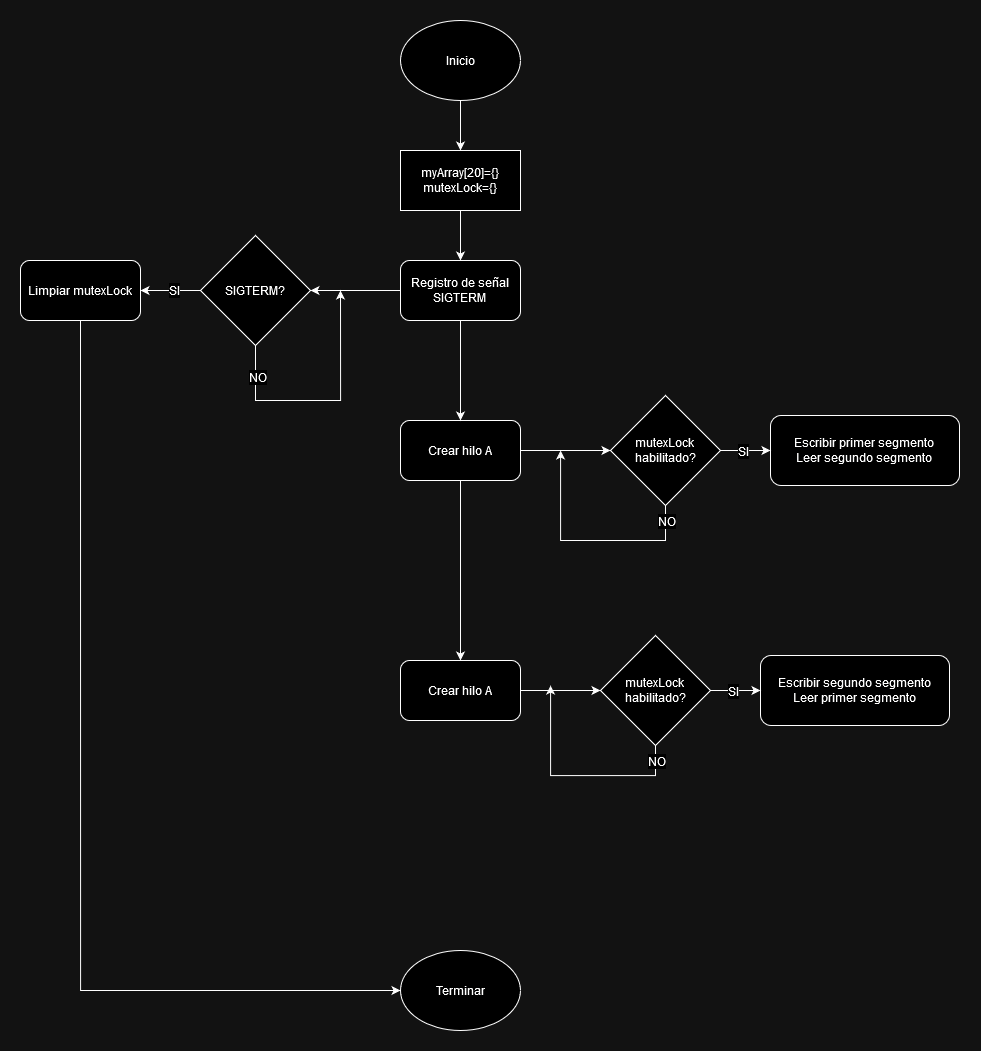
The draw.io diagram SOyR/practica_3/problema_6/diagFlujoTP3.png in TomiVidal99/facu3, before a commit. Source tidied: cells renumbered, new cells last; positions are measured from the earlier drawing's top-left corner, leaving out a move shared by most shapes.
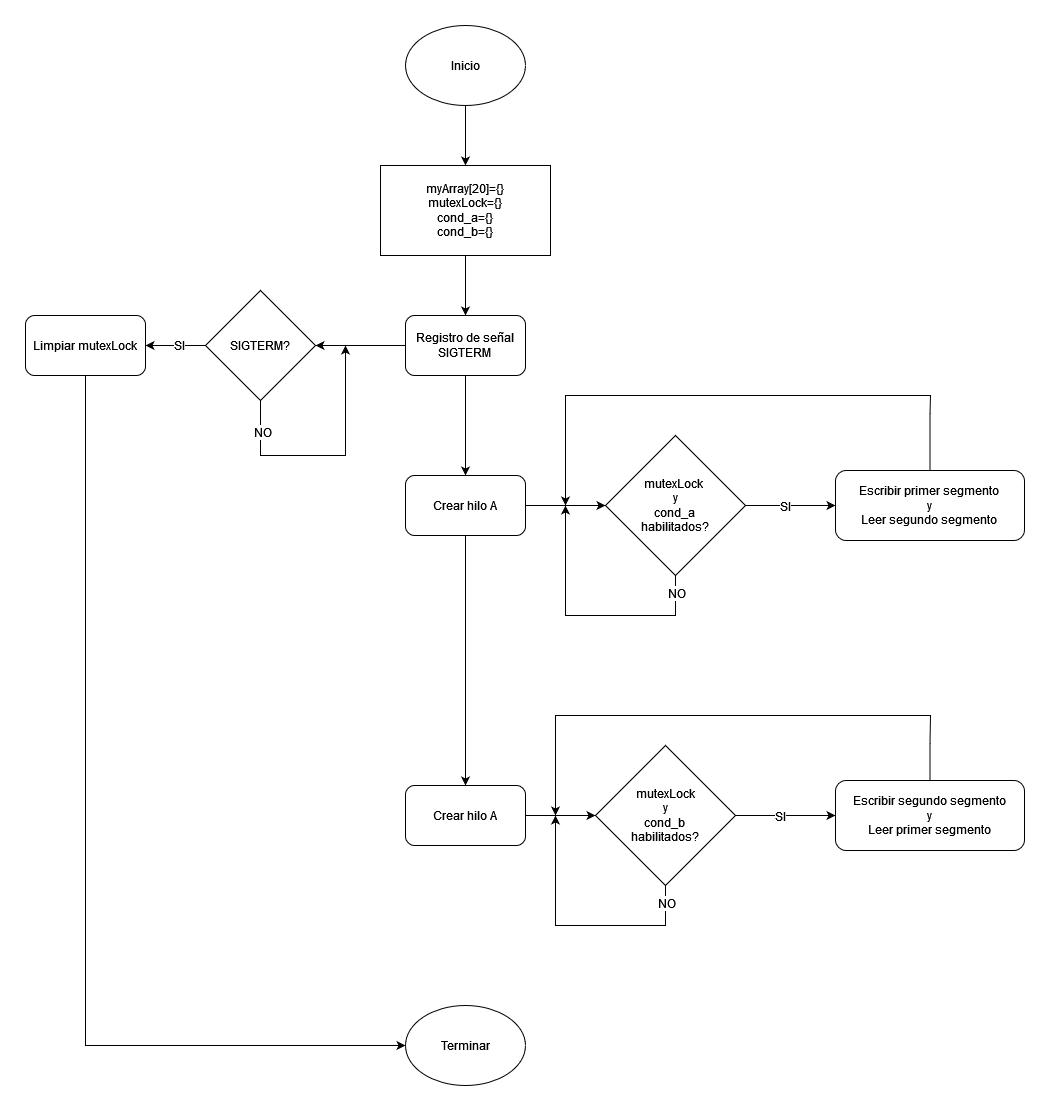
After the change.

Commit message:
feat: agregué link del repo y ajusté los colores del diagrama

Diff of the diagram source:
```diff
@@ -2,36 +2,46 @@
   <root>
     <mxCell id="0" />
     <mxCell id="1" parent="0" />
-    <mxCell id="2" style="edgeStyle=orthogonalEdgeStyle;rounded=0;jettySize=auto;html=1;fontSize=12;labelBorderColor=none;" parent="1" edge="1" source="3" target="5">
-      <mxGeometry relative="1" as="geometry" />
-    </mxCell>
+    <mxCell id="34" style="edgeStyle=orthogonalEdgeStyle;rounded=0;jettySize=auto;html=1;fontSize=12;labelBorderColor=none;" parent="1" edge="1" source="3" target="36">
+      <mxGeometry relative="1" as="geometry" />
+    </mxCell>
     <mxCell id="3" value="&lt;div style=&quot;font-size: 12px;&quot;&gt;Inicio&lt;/div&gt;" style="ellipse;whiteSpace=wrap;html=1;fontSize=12;labelBorderColor=none;" parent="1" vertex="1">
-      <mxGeometry x="380" width="120" height="80" as="geometry" />
+      <mxGeometry x="380" y="-50" width="120" height="80" as="geometry" />
     </mxCell>
-    <mxCell id="4" style="edgeStyle=orthogonalEdgeStyle;rounded=0;jettySize=auto;html=1;fontSize=12;labelBorderColor=none;" parent="1" edge="1" source="5" target="14">
-      <mxGeometry relative="1" as="geometry" />
-    </mxCell>
-    <mxCell id="5" value="&lt;div style=&quot;font-size: 12px;&quot;&gt;myArray[20]={}&lt;/div&gt;mutexLock={}" style="rounded=0;whiteSpace=wrap;html=1;fontSize=12;labelBorderColor=none;" parent="1" vertex="1">
-      <mxGeometry x="380" y="130" width="120" height="60" as="geometry" />
-    </mxCell>
+    <mxCell id="35" style="edgeStyle=orthogonalEdgeStyle;rounded=0;jettySize=auto;html=1;fontSize=12;labelBorderColor=none;" parent="1" edge="1" source="36" target="14">
+      <mxGeometry relative="1" as="geometry" />
+    </mxCell>
+    <mxCell id="36" value="&lt;div style=&quot;font-size: 12px;&quot;&gt;myArray[20]={}&lt;/div&gt;&lt;div&gt;mutexLock={}&lt;/div&gt;&lt;div&gt;cond_a={}&lt;/div&gt;&lt;div&gt;cond_b={}&lt;/div&gt;" style="rounded=0;whiteSpace=wrap;html=1;fontSize=12;labelBorderColor=none;" parent="1" vertex="1">
+      <mxGeometry x="355" y="90" width="170" height="90" as="geometry" />
+    </mxCell>
     <mxCell id="6" style="edgeStyle=orthogonalEdgeStyle;rounded=0;jettySize=auto;html=1;fontSize=12;labelBorderColor=none;" parent="1" edge="1" source="8" target="10">
       <mxGeometry relative="1" as="geometry" />
     </mxCell>
-    <mxCell id="7" style="edgeStyle=orthogonalEdgeStyle;rounded=0;jettySize=auto;html=1;fontSize=12;labelBorderColor=none;" parent="1" edge="1" source="8" target="26">
-      <mxGeometry relative="1" as="geometry" />
-    </mxCell>
+    <mxCell id="37" style="edgeStyle=orthogonalEdgeStyle;rounded=0;jettySize=auto;html=1;fontSize=12;labelBorderColor=none;" parent="1" edge="1" source="8" target="48">
+      <mxGeometry relative="1" as="geometry" />
+    </mxCell>
     <mxCell id="8" value="&lt;div style=&quot;font-size: 12px;&quot;&gt;Crear hilo A&lt;/div&gt;" style="rounded=1;whiteSpace=wrap;html=1;fontSize=12;labelBorderColor=none;" parent="1" vertex="1">
       <mxGeometry x="380" y="400" width="120" height="60" as="geometry" />
     </mxCell>
-    <mxCell id="9" style="edgeStyle=orthogonalEdgeStyle;rounded=0;jettySize=auto;html=1;fontSize=12;labelBorderColor=none;" parent="1" edge="1" source="10" target="32">
-      <mxGeometry relative="1" as="geometry" />
-    </mxCell>
+    <mxCell id="38" style="edgeStyle=orthogonalEdgeStyle;rounded=0;jettySize=auto;html=1;" parent="1" edge="1" source="10" target="55">
+      <mxGeometry relative="1" as="geometry" />
+    </mxCell>
     <mxCell id="10" value="&lt;div style=&quot;font-size: 12px;&quot;&gt;Crear hilo A&lt;/div&gt;" style="rounded=1;whiteSpace=wrap;html=1;fontSize=12;labelBorderColor=none;" parent="1" vertex="1">
-      <mxGeometry x="380" y="640" width="120" height="60" as="geometry" />
+      <mxGeometry x="380" y="710" width="120" height="60" as="geometry" />
     </mxCell>
-    <mxCell id="11" value="Escribir primer segmento&lt;br style=&quot;font-size: 12px;&quot;&gt;Leer segundo segmento" style="rounded=1;whiteSpace=wrap;html=1;fontSize=12;labelBorderColor=none;" parent="1" vertex="1">
-      <mxGeometry x="750" y="395" width="189" height="70" as="geometry" />
-    </mxCell>
+    <mxCell id="39" style="edgeStyle=orthogonalEdgeStyle;rounded=0;jettySize=auto;html=1;" parent="1" edge="1" source="40">
+      <mxGeometry relative="1" as="geometry">
+        <mxPoint x="540" y="430" as="targetPoint" />
+        <Array as="points">
+          <mxPoint x="904" y="338" />
+          <mxPoint x="905" y="320" />
+          <mxPoint x="540" y="320" />
+        </Array>
+      </mxGeometry>
+    </mxCell>
+    <mxCell id="40" value="Escribir primer segmento&lt;br&gt;y&lt;br style=&quot;font-size: 12px;&quot;&gt;Leer segundo segmento" style="rounded=1;whiteSpace=wrap;html=1;fontSize=12;labelBorderColor=none;" parent="1" vertex="1">
+      <mxGeometry x="810" y="395" width="189" height="70" as="geometry" />
+    </mxCell>
     <mxCell id="12" style="edgeStyle=orthogonalEdgeStyle;rounded=0;jettySize=auto;html=1;fontSize=12;labelBorderColor=none;" parent="1" edge="1" source="14" target="19">
       <mxGeometry relative="1" as="geometry" />
     </mxCell>
@@ -44,21 +54,21 @@
     <mxCell id="15" style="edgeStyle=orthogonalEdgeStyle;rounded=0;jettySize=auto;html=1;fontSize=12;labelBorderColor=none;" parent="1" edge="1" source="19" target="20">
       <mxGeometry relative="1" as="geometry" />
     </mxCell>
-    <mxCell id="16" value="SI" style="edgeLabel;html=1;align=center;verticalAlign=middle;fontSize=12;labelBorderColor=none;" parent="15" vertex="1">
-      <mxGeometry x="-0.09" y="-1" relative="1" as="geometry" />
-    </mxCell>
-    <mxCell id="17" style="edgeStyle=orthogonalEdgeStyle;rounded=0;jettySize=auto;html=1;fontSize=12;labelBorderColor=none;" parent="1" edge="1" source="19">
-      <mxGeometry relative="1" as="geometry">
-        <mxPoint x="320" y="270" as="targetPoint" />
-        <Array as="points">
-          <mxPoint x="235" y="380" />
-          <mxPoint x="320" y="380" />
-        </Array>
-      </mxGeometry>
-    </mxCell>
-    <mxCell id="18" value="NO" style="edgeLabel;html=1;align=center;verticalAlign=middle;fontSize=12;labelBorderColor=none;" parent="17" vertex="1">
-      <mxGeometry x="-0.75" y="1" relative="1" as="geometry" />
-    </mxCell>
+    <mxCell id="41" value="SI" style="edgeLabel;html=1;align=center;verticalAlign=middle;fontSize=12;labelBorderColor=none;" parent="15" vertex="1">
+      <mxGeometry x="-0.09" y="-1" relative="1" as="geometry" />
+    </mxCell>
+    <mxCell id="42" style="edgeStyle=orthogonalEdgeStyle;rounded=0;jettySize=auto;html=1;fontSize=12;labelBorderColor=none;" parent="1" edge="1" source="19">
+      <mxGeometry relative="1" as="geometry">
+        <mxPoint x="320" y="270" as="targetPoint" />
+        <Array as="points">
+          <mxPoint x="235" y="380" />
+          <mxPoint x="320" y="380" />
+        </Array>
+      </mxGeometry>
+    </mxCell>
+    <mxCell id="43" value="NO" style="edgeLabel;html=1;align=center;verticalAlign=middle;fontSize=12;labelBorderColor=none;" parent="42" vertex="1">
+      <mxGeometry x="-0.75" y="1" relative="1" as="geometry" />
+    </mxCell>
     <mxCell id="19" value="SIGTERM?" style="rhombus;whiteSpace=wrap;html=1;fontSize=12;labelBorderColor=none;" parent="1" vertex="1">
       <mxGeometry x="180" y="215" width="110" height="110" as="geometry" />
     </mxCell>
@@ -68,57 +78,29 @@
     <mxCell id="21" value="Terminar" style="ellipse;whiteSpace=wrap;html=1;fontSize=12;labelBorderColor=none;" parent="1" vertex="1">
       <mxGeometry x="380" y="930" width="120" height="80" as="geometry" />
     </mxCell>
-    <mxCell id="22" style="edgeStyle=orthogonalEdgeStyle;rounded=0;jettySize=auto;html=1;fontSize=12;labelBorderColor=none;" parent="1" edge="1" source="26">
-      <mxGeometry relative="1" as="geometry">
-        <mxPoint x="540" y="430" as="targetPoint" />
-        <Array as="points">
-          <mxPoint x="645" y="520" />
-          <mxPoint x="540" y="520" />
-          <mxPoint x="540" y="430" />
-        </Array>
-      </mxGeometry>
-    </mxCell>
-    <mxCell id="23" value="NO" style="edgeLabel;html=1;align=center;verticalAlign=middle;fontSize=12;labelBorderColor=none;" parent="22" vertex="1">
-      <mxGeometry x="-0.9" y="1" relative="1" as="geometry">
-        <mxPoint x="-1" y="4" as="offset" />
-      </mxGeometry>
-    </mxCell>
-    <mxCell id="24" style="edgeStyle=orthogonalEdgeStyle;rounded=0;jettySize=auto;html=1;fontSize=12;labelBorderColor=none;" parent="1" edge="1" source="26" target="11">
-      <mxGeometry relative="1" as="geometry" />
-    </mxCell>
-    <mxCell id="25" value="SI" style="edgeLabel;html=1;align=center;verticalAlign=middle;fontSize=12;labelBorderColor=none;" parent="24" vertex="1">
-      <mxGeometry x="-0.13" relative="1" as="geometry" />
-    </mxCell>
-    <mxCell id="26" value="mutexLock&lt;br style=&quot;font-size: 12px;&quot;&gt;habilitado?" style="rhombus;whiteSpace=wrap;html=1;fontSize=12;labelBorderColor=none;" parent="1" vertex="1">
-      <mxGeometry x="590" y="375" width="110" height="110" as="geometry" />
-    </mxCell>
-    <mxCell id="27" value="Escribir segundo segmento&lt;br style=&quot;font-size: 12px;&quot;&gt;Leer primer segmento" style="rounded=1;whiteSpace=wrap;html=1;fontSize=12;labelBorderColor=none;" parent="1" vertex="1">
-      <mxGeometry x="740" y="635" width="189" height="70" as="geometry" />
-    </mxCell>
-    <mxCell id="28" style="edgeStyle=orthogonalEdgeStyle;rounded=0;jettySize=auto;html=1;fontSize=12;labelBorderColor=none;" parent="1" edge="1" source="32">
-      <mxGeometry relative="1" as="geometry">
-        <mxPoint x="530" y="665" as="targetPoint" />
-        <Array as="points">
-          <mxPoint x="635" y="755" />
-          <mxPoint x="530" y="755" />
-          <mxPoint x="530" y="665" />
-        </Array>
-      </mxGeometry>
-    </mxCell>
-    <mxCell id="29" value="NO" style="edgeLabel;html=1;align=center;verticalAlign=middle;fontSize=12;labelBorderColor=none;" parent="28" vertex="1">
-      <mxGeometry x="-0.9" y="1" relative="1" as="geometry">
-        <mxPoint x="-1" y="4" as="offset" />
-      </mxGeometry>
-    </mxCell>
-    <mxCell id="30" style="edgeStyle=orthogonalEdgeStyle;rounded=0;jettySize=auto;html=1;fontSize=12;labelBorderColor=none;" parent="1" edge="1" source="32" target="27">
-      <mxGeometry relative="1" as="geometry" />
-    </mxCell>
-    <mxCell id="31" value="SI" style="edgeLabel;html=1;align=center;verticalAlign=middle;fontSize=12;labelBorderColor=none;" parent="30" vertex="1">
-      <mxGeometry x="-0.13" relative="1" as="geometry" />
-    </mxCell>
-    <mxCell id="32" value="mutexLock&lt;br style=&quot;font-size: 12px;&quot;&gt;habilitado?" style="rhombus;whiteSpace=wrap;html=1;fontSize=12;labelBorderColor=none;" parent="1" vertex="1">
-      <mxGeometry x="580" y="615" width="110" height="110" as="geometry" />
-    </mxCell>
+    <mxCell id="44" style="edgeStyle=orthogonalEdgeStyle;rounded=0;jettySize=auto;html=1;fontSize=12;labelBorderColor=none;exitX=0.5;exitY=1;exitDx=0;exitDy=0;" parent="1" edge="1" source="48">
+      <mxGeometry relative="1" as="geometry">
+        <mxPoint x="540" y="430" as="targetPoint" />
+        <Array as="points">
+          <mxPoint x="650" y="540" />
+          <mxPoint x="540" y="540" />
+        </Array>
+      </mxGeometry>
+    </mxCell>
+    <mxCell id="45" value="NO" style="edgeLabel;html=1;align=center;verticalAlign=middle;fontSize=12;labelBorderColor=none;" parent="44" vertex="1">
+      <mxGeometry x="-0.9" y="1" relative="1" as="geometry">
+        <mxPoint x="-1" y="4" as="offset" />
+      </mxGeometry>
+    </mxCell>
+    <mxCell id="46" style="edgeStyle=orthogonalEdgeStyle;rounded=0;jettySize=auto;html=1;fontSize=12;labelBorderColor=none;" parent="1" edge="1" source="48" target="40">
+      <mxGeometry relative="1" as="geometry" />
+    </mxCell>
+    <mxCell id="47" value="SI" style="edgeLabel;html=1;align=center;verticalAlign=middle;fontSize=12;labelBorderColor=none;" parent="46" vertex="1">
+      <mxGeometry x="-0.13" relative="1" as="geometry" />
+    </mxCell>
+    <mxCell id="48" value="&lt;div&gt;mutexLock&amp;nbsp;&lt;/div&gt;&lt;div&gt;y&lt;/div&gt;cond_a&lt;br style=&quot;font-size: 12px;&quot;&gt;habilitados?" style="rhombus;whiteSpace=wrap;html=1;fontSize=12;labelBorderColor=none;" parent="1" vertex="1">
+      <mxGeometry x="580" y="360" width="140" height="140" as="geometry" />
+    </mxCell>
     <mxCell id="33" style="edgeStyle=orthogonalEdgeStyle;rounded=0;jettySize=auto;html=1;fontSize=12;labelBorderColor=none;exitX=0.5;exitY=1;exitDx=0;exitDy=0;" parent="1" edge="1" source="20" target="21">
       <mxGeometry relative="1" as="geometry">
         <Array as="points">
@@ -126,5 +108,41 @@
         </Array>
       </mxGeometry>
     </mxCell>
+    <mxCell id="49" style="edgeStyle=orthogonalEdgeStyle;rounded=0;jettySize=auto;html=1;" parent="1" edge="1" source="50">
+      <mxGeometry relative="1" as="geometry">
+        <mxPoint x="530" y="740" as="targetPoint" />
+        <Array as="points">
+          <mxPoint x="904" y="668" />
+          <mxPoint x="905" y="640" />
+          <mxPoint x="530" y="640" />
+        </Array>
+      </mxGeometry>
+    </mxCell>
+    <mxCell id="50" value="&lt;div&gt;Escribir segundo segmento&lt;/div&gt;y&lt;br&gt;Leer primer segmento" style="rounded=1;whiteSpace=wrap;html=1;fontSize=12;labelBorderColor=none;" parent="1" vertex="1">
+      <mxGeometry x="810" y="705" width="189" height="70" as="geometry" />
+    </mxCell>
+    <mxCell id="51" style="edgeStyle=orthogonalEdgeStyle;rounded=0;jettySize=auto;html=1;fontSize=12;labelBorderColor=none;exitX=0.5;exitY=1;exitDx=0;exitDy=0;" parent="1" edge="1" source="55">
+      <mxGeometry relative="1" as="geometry">
+        <mxPoint x="530" y="740" as="targetPoint" />
+        <Array as="points">
+          <mxPoint x="640" y="850" />
+          <mxPoint x="530" y="850" />
+        </Array>
+      </mxGeometry>
+    </mxCell>
+    <mxCell id="52" value="NO" style="edgeLabel;html=1;align=center;verticalAlign=middle;fontSize=12;labelBorderColor=none;" parent="51" vertex="1">
+      <mxGeometry x="-0.9" y="1" relative="1" as="geometry">
+        <mxPoint x="-1" y="4" as="offset" />
+      </mxGeometry>
+    </mxCell>
+    <mxCell id="53" style="edgeStyle=orthogonalEdgeStyle;rounded=0;jettySize=auto;html=1;fontSize=12;labelBorderColor=none;" parent="1" edge="1" source="55" target="50">
+      <mxGeometry relative="1" as="geometry" />
+    </mxCell>
+    <mxCell id="54" value="SI" style="edgeLabel;html=1;align=center;verticalAlign=middle;fontSize=12;labelBorderColor=none;" parent="53" vertex="1">
+      <mxGeometry x="-0.13" relative="1" as="geometry" />
+    </mxCell>
+    <mxCell id="55" value="&lt;div&gt;mutexLock&lt;/div&gt;&lt;div&gt;y&lt;/div&gt;cond_b&lt;br style=&quot;font-size: 12px;&quot;&gt;habilitados?" style="rhombus;whiteSpace=wrap;html=1;fontSize=12;labelBorderColor=none;" parent="1" vertex="1">
+      <mxGeometry x="570" y="670" width="140" height="140" as="geometry" />
+    </mxCell>
   </root>
 </mxGraphModel>
```
